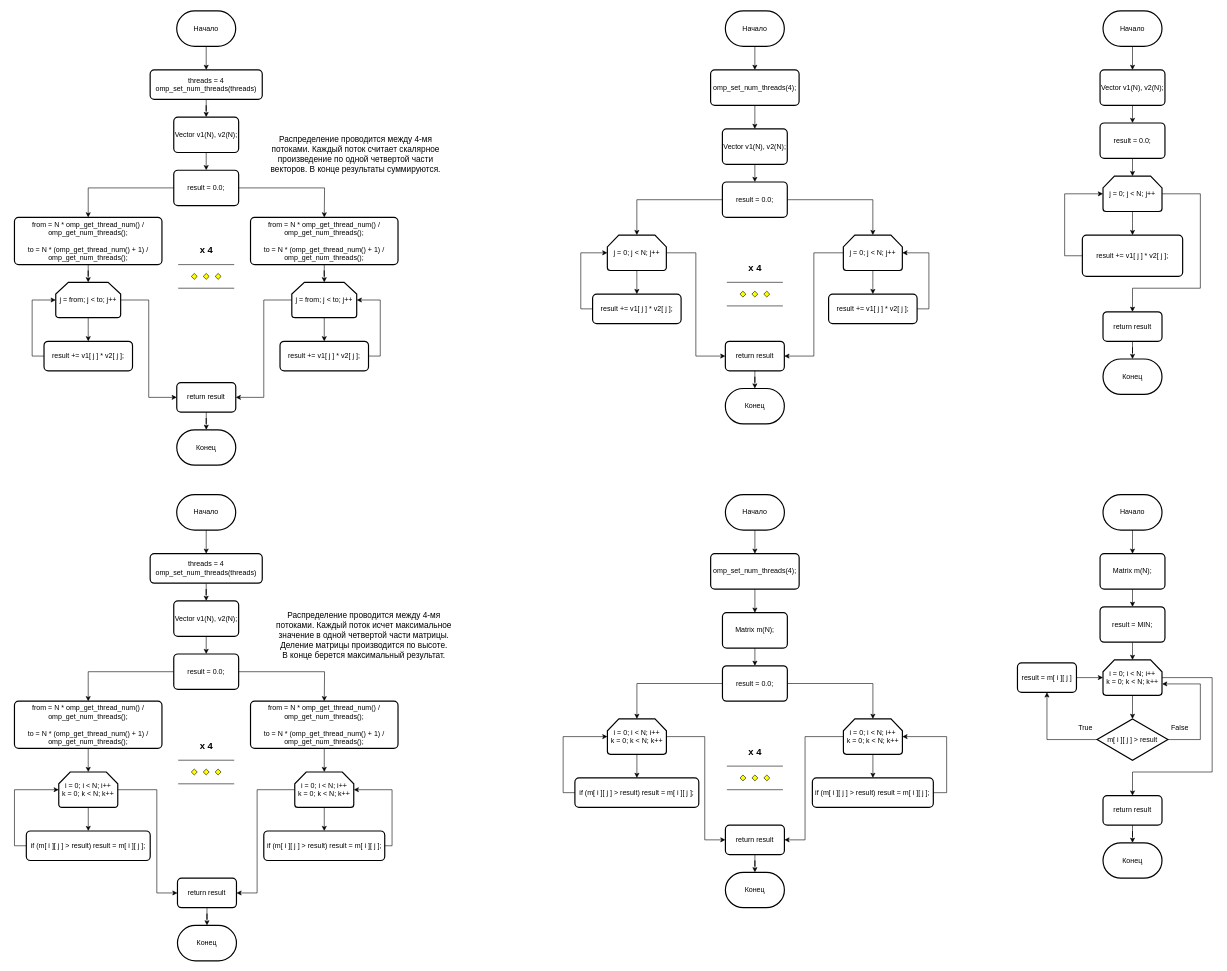
Earlier version of the draw.io diagram page "Страница — 2" (2 of 2) of TestSQL/Panin_PA.drawio (dyukoffv4/KustKust). Source tidied: cells renumbered, new cells numbered last; positions are measured from the earlier drawing's top-left corner, leaving out a move shared by most shapes. Both pictures are drawn from the tidied source at 59%, with x=0, y=0 at pixel (14, 11).
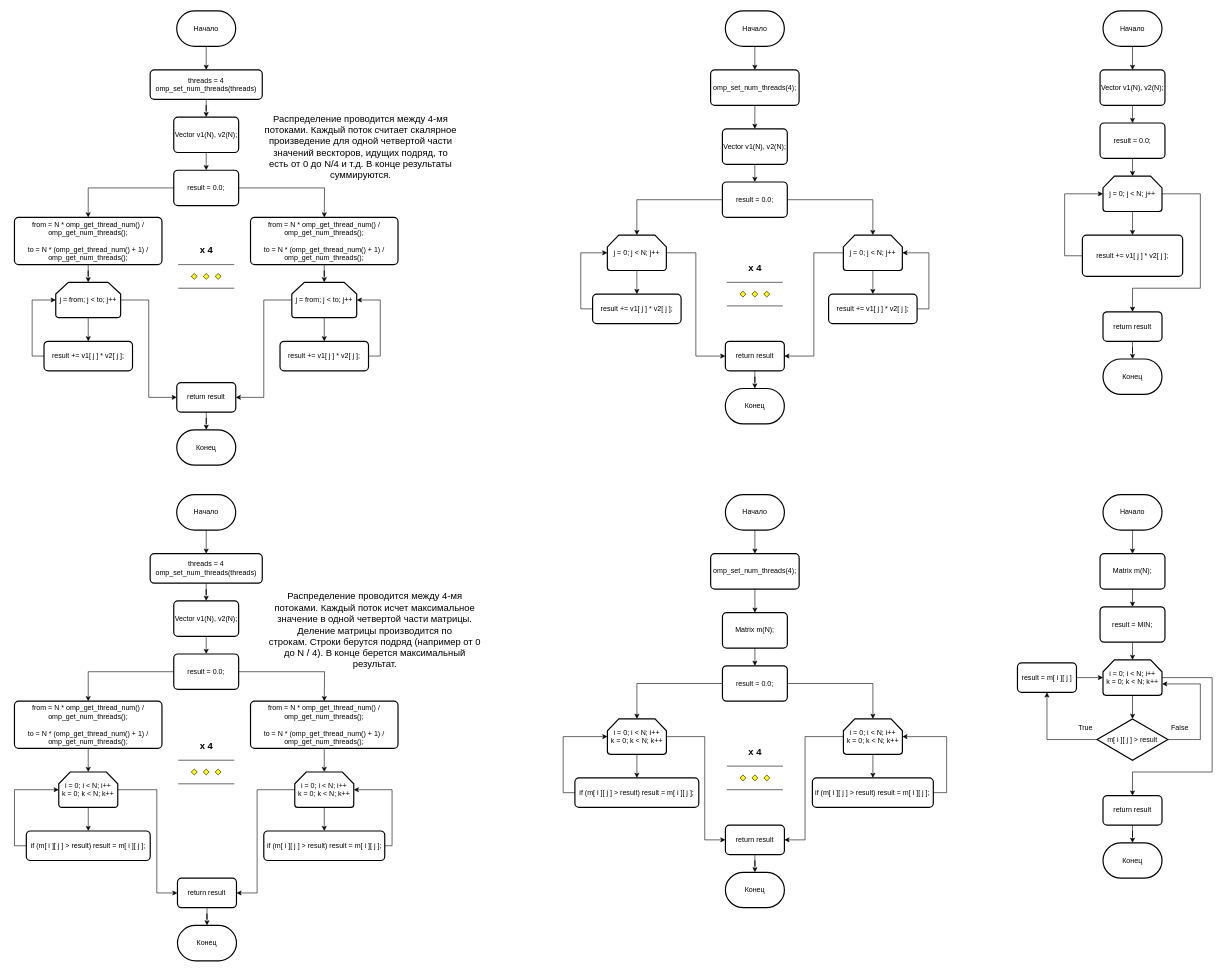
The same diagram, later.

The edit, as a diff of the source:
```diff
@@
-    <mxCell id="28" value="&lt;font style=&quot;font-size: 14px;&quot;&gt;Распределение проводится между 4-мя потоками. Каждый поток считает скалярное произведение по одной четвертой части векторов. В конце результаты суммируются.&lt;/font&gt;" style="text;html=1;strokeColor=none;fillColor=none;align=center;verticalAlign=middle;whiteSpace=wrap;rounded=0;" parent="1" vertex="1">
-      <mxGeometry x="426" y="190" width="305" height="105" as="geometry" />
+    <mxCell id="28" value="&lt;font style=&quot;font-size: 16px;&quot;&gt;Распределение проводится между 4-мя потоками. Каждый поток считает скалярное произведение для одной четвертой части значений вескторов, идущих подряд, то есть от 0 до N/4 и т.д. В конце результаты суммируются.&lt;/font&gt;" style="text;html=1;strokeColor=none;fillColor=none;align=center;verticalAlign=middle;whiteSpace=wrap;rounded=0;" parent="1" vertex="1">
+      <mxGeometry x="420" y="167.5" width="334" height="125" as="geometry" />
     </mxCell>
@@
-    <mxCell id="117" value="&lt;font style=&quot;font-size: 14px;&quot;&gt;Распределение проводится между 4-мя потоками. Каждый поток исчет максимальное значение в одной четвертой части матрицы. Деление матрицы производится по высоте. &lt;br&gt;В конце берется максимальный результат.&lt;/font&gt;" style="text;html=1;strokeColor=none;fillColor=none;align=center;verticalAlign=middle;whiteSpace=wrap;rounded=0;" parent="1" vertex="1">
-      <mxGeometry x="440" y="1005" width="305" height="105" as="geometry" />
+    <mxCell id="117" value="&lt;font style=&quot;font-size: 16px;&quot;&gt;Распределение проводится между 4-мя потоками. Каждый поток исчет максимальное значение в одной четвертой части матрицы. Деление матрицы производится по строкам.&amp;nbsp;Строки берутся подряд (например от 0 до N / 4). В конце берется максимальный результат.&lt;/font&gt;" style="text;html=1;strokeColor=none;fillColor=none;align=center;verticalAlign=middle;whiteSpace=wrap;rounded=0;" parent="1" vertex="1">
+      <mxGeometry x="426" y="980" width="370" height="140" as="geometry" />
     </mxCell>
```
